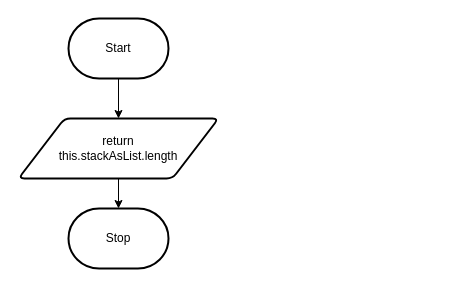
Earlier version of the draw.io diagram Unit2-03/flowchart.drawio (MTHS-ICS4U-1-2023/ICS4U-Unit2-Infinity-De-Guzman). Source tidied: cells renumbered, new cells numbered last; positions are measured from the earlier drawing's top-left corner, leaving out a move shared by most shapes. Both pictures are drawn from the tidied source at 100%, with x=0, y=0 at pixel (18, 18).
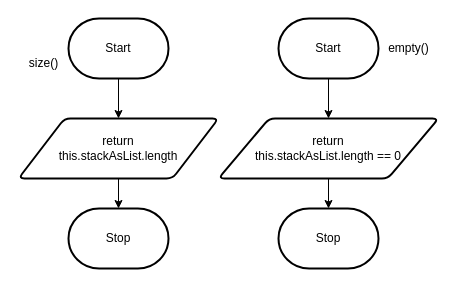
Above is the later version.

The edit, as a diff of the source:
```diff
@@
 <mxGraphModel>
   <root>
     <mxCell id="0" />
     <mxCell id="1" parent="0" />
     <mxCell id="2" style="edgeStyle=none;html=1;exitX=0.5;exitY=1;exitDx=0;exitDy=0;exitPerimeter=0;entryX=0.5;entryY=0;entryDx=0;entryDy=0;" parent="1" edge="1" source="3" target="5">
       <mxGeometry relative="1" as="geometry" />
     </mxCell>
     <mxCell id="3" value="Start" style="strokeWidth=2;html=1;shape=mxgraph.flowchart.terminator;whiteSpace=wrap;" parent="1" vertex="1">
       <mxGeometry x="50" width="100" height="60" as="geometry" />
     </mxCell>
     <mxCell id="4" style="edgeStyle=none;html=1;exitX=0.5;exitY=1;exitDx=0;exitDy=0;" parent="1" edge="1" source="5" target="6">
       <mxGeometry relative="1" as="geometry" />
     </mxCell>
     <mxCell id="5" value="return&lt;br&gt;this.stackAsList.length" style="shape=parallelogram;html=1;strokeWidth=2;perimeter=parallelogramPerimeter;whiteSpace=wrap;rounded=1;arcSize=12;size=0.23;" parent="1" vertex="1">
       <mxGeometry y="100" width="200" height="60" as="geometry" />
     </mxCell>
     <mxCell id="6" value="Stop" style="strokeWidth=2;html=1;shape=mxgraph.flowchart.terminator;whiteSpace=wrap;" parent="1" vertex="1">
       <mxGeometry x="50" y="190" width="100" height="60" as="geometry" />
     </mxCell>
+    <mxCell id="7" style="edgeStyle=none;html=1;exitX=0.5;exitY=1;exitDx=0;exitDy=0;exitPerimeter=0;entryX=0.5;entryY=0;entryDx=0;entryDy=0;" parent="1" edge="1" source="8" target="10">
+      <mxGeometry relative="1" as="geometry" />
+    </mxCell>
+    <mxCell id="8" value="Start" style="strokeWidth=2;html=1;shape=mxgraph.flowchart.terminator;whiteSpace=wrap;" parent="1" vertex="1">
+      <mxGeometry x="260" width="100" height="60" as="geometry" />
+    </mxCell>
+    <mxCell id="9" style="edgeStyle=none;html=1;exitX=0.5;exitY=1;exitDx=0;exitDy=0;" parent="1" edge="1" source="10" target="11">
+      <mxGeometry relative="1" as="geometry" />
+    </mxCell>
+    <mxCell id="10" value="return&lt;br&gt;this.stackAsList.length == 0" style="shape=parallelogram;html=1;strokeWidth=2;perimeter=parallelogramPerimeter;whiteSpace=wrap;rounded=1;arcSize=12;size=0.23;" parent="1" vertex="1">
+      <mxGeometry x="200" y="100" width="220" height="60" as="geometry" />
+    </mxCell>
+    <mxCell id="11" value="Stop" style="strokeWidth=2;html=1;shape=mxgraph.flowchart.terminator;whiteSpace=wrap;" parent="1" vertex="1">
+      <mxGeometry x="260" y="190" width="100" height="60" as="geometry" />
+    </mxCell>
+    <mxCell id="12" value="size()" style="text;html=1;align=center;verticalAlign=middle;strokeColor=none;fillColor=none;" parent="1" vertex="1">
+      <mxGeometry y="30" width="50" height="30" as="geometry" />
+    </mxCell>
+    <mxCell id="13" value="empty()" style="text;html=1;align=center;verticalAlign=middle;strokeColor=none;fillColor=none;" parent="1" vertex="1">
+      <mxGeometry x="360" y="15" width="60" height="30" as="geometry" />
+    </mxCell>
   </root>
 </mxGraphModel>
```
